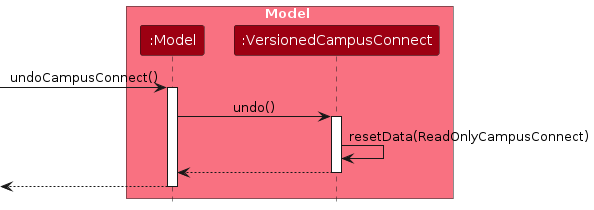
AY2425S1-CS2103T-F14a-4/tp keeps this PlantUML diagram as diagrams/UndoSequenceDiagram-Model.png. Above is the earlier version. Its source is kept beside it as diagrams/UndoSequenceDiagram-Model.puml.
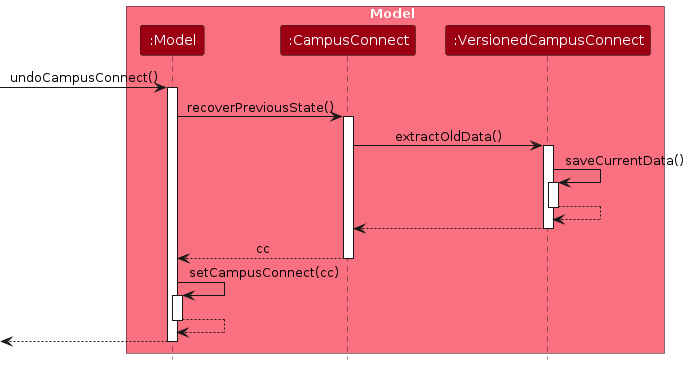
The same diagram one commit later.

Change to the diagram source:
```diff
@@ -4,18 +4,36 @@
 
 box Model MODEL_COLOR_T1
 participant ":Model" as Model MODEL_COLOR
+participant ":CampusConnect" as CampusConnect MODEL_COLOR
 participant ":VersionedCampusConnect" as VersionedCampusConnect MODEL_COLOR
 end box
 
 [-> Model : undoCampusConnect()
 activate Model
 
-Model -> VersionedCampusConnect : undo()
+Model -> CampusConnect: recoverPreviousState()
+activate CampusConnect
+
+CampusConnect -> VersionedCampusConnect: extractOldData()
 activate VersionedCampusConnect
 
-VersionedCampusConnect -> VersionedCampusConnect :resetData(ReadOnlyCampusConnect)
-VersionedCampusConnect --> Model :
+VersionedCampusConnect -> VersionedCampusConnect: saveCurrentData()
+activate VersionedCampusConnect
+
+VersionedCampusConnect --> VersionedCampusConnect
 deactivate VersionedCampusConnect
+
+VersionedCampusConnect --> CampusConnect:
+deactivate VersionedCampusConnect
+
+CampusConnect --> Model: cc
+deactivate CampusConnect
+
+Model -> Model: setCampusConnect(cc)
+activate Model
+
+Model --> Model
+deactivate Model
 
 [<-- Model
 deactivate Model
```
